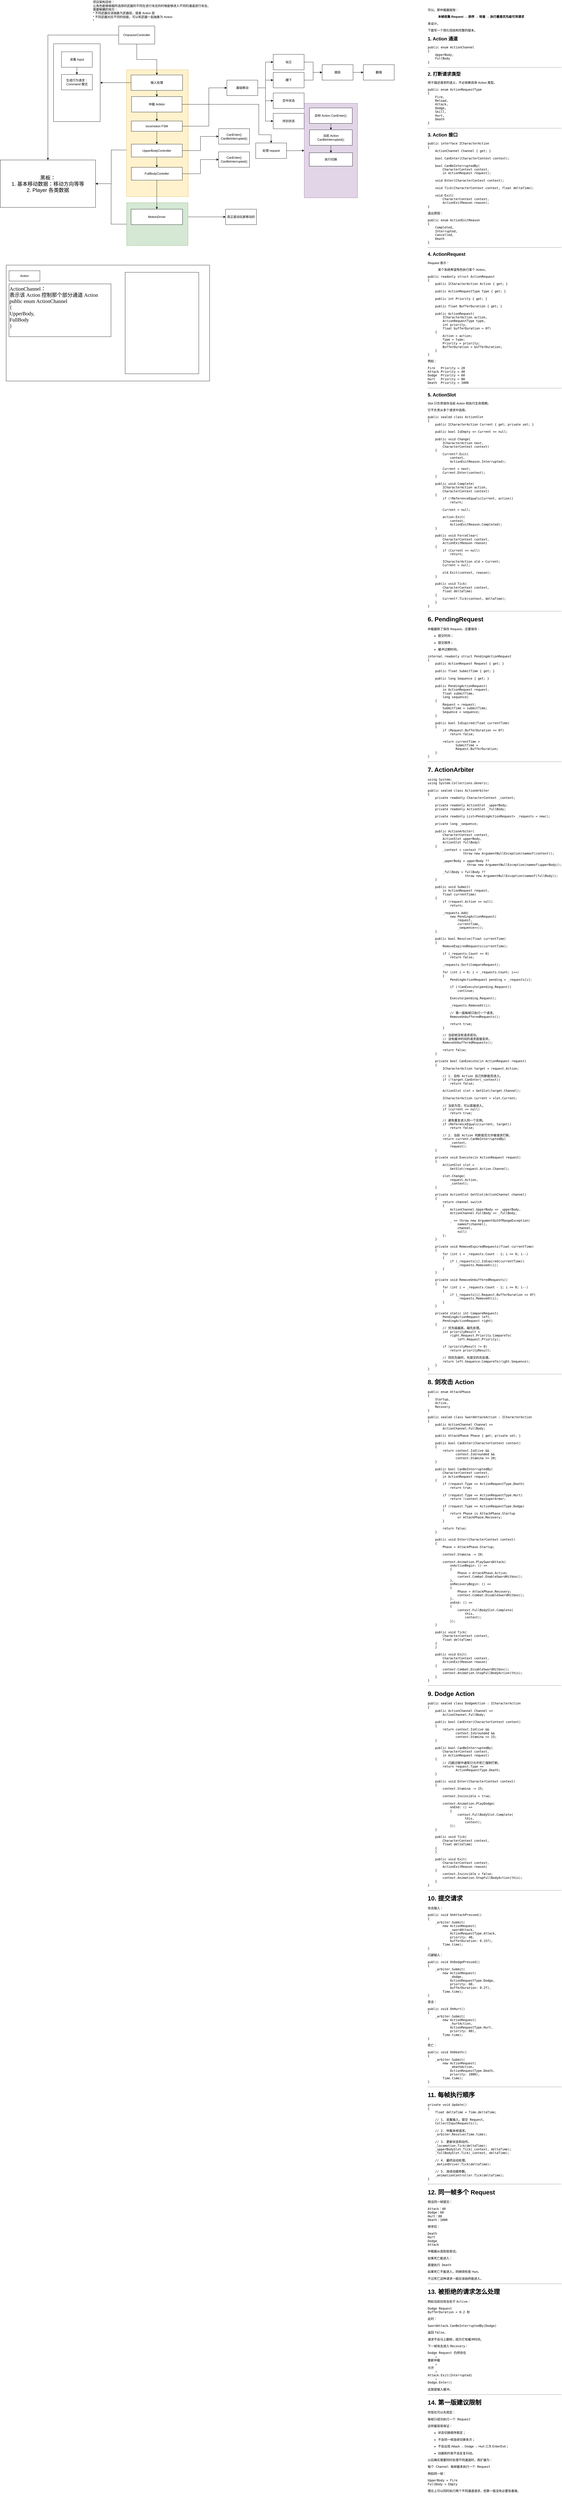
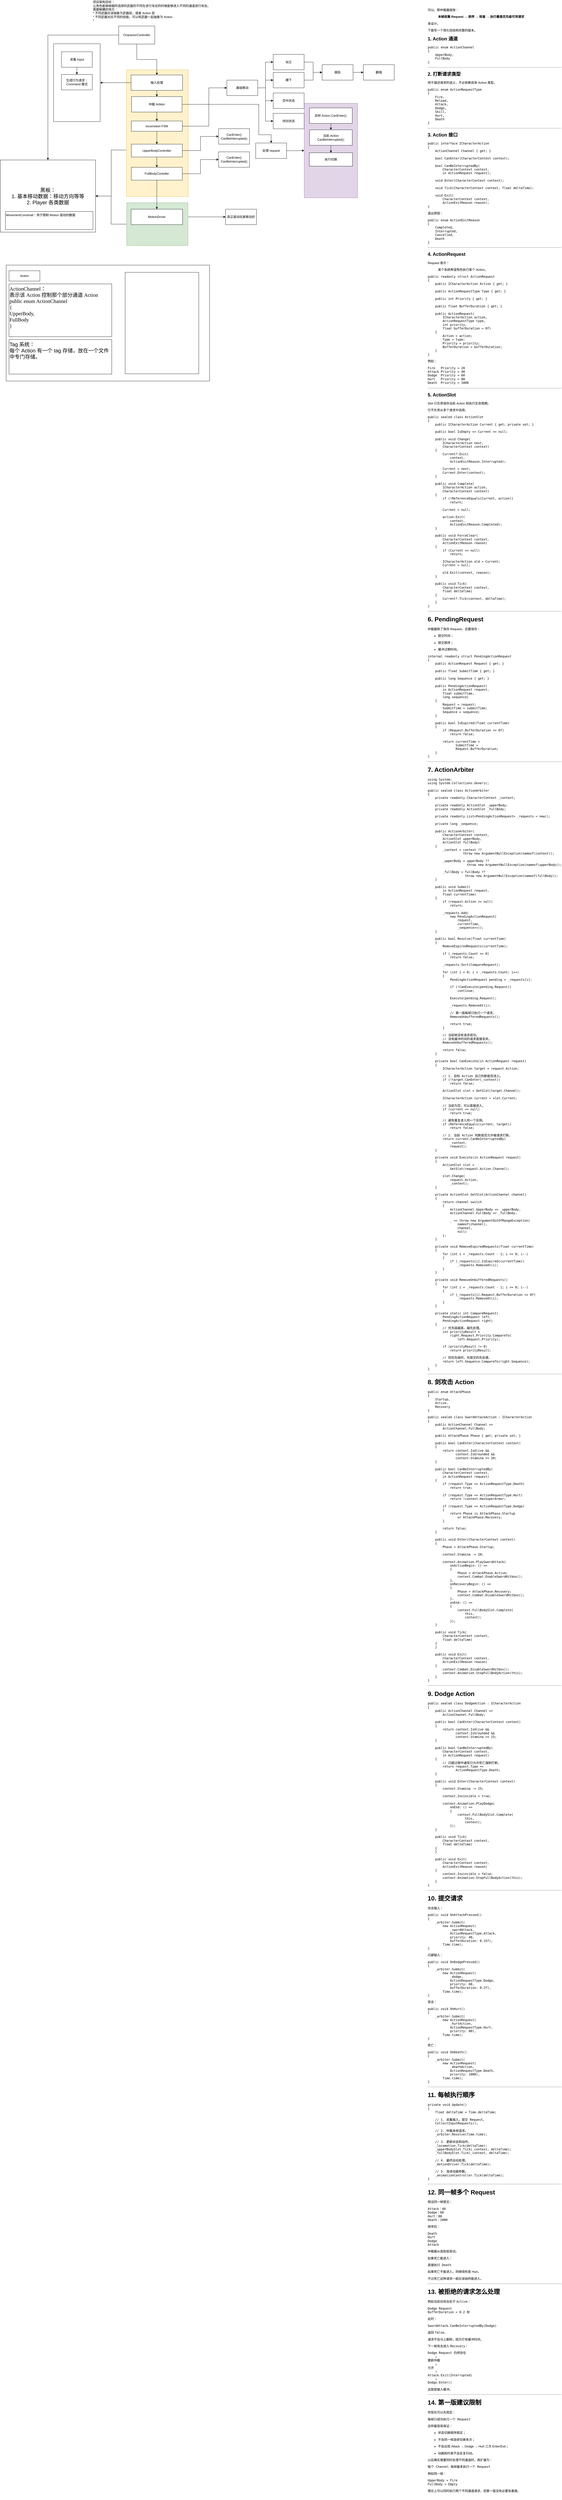
<mxfile host="app.diagrams.net" agent="Mozilla/5.0 (Windows NT 10.0; Win64; x64) AppleWebKit/537.36 (KHTML, like Gecko) Chrome/150.0.0.0 Safari/537.36 Edg/150.0.0.0">
  <diagram name="第 1 页" id="RneQ-lAXavWJF0wWTyo0">
-     <mxGraphModel dx="3182" dy="2113" grid="0" gridSize="10" guides="1" tooltips="1" connect="1" arrows="1" fold="1" page="1" pageScale="1" pageWidth="827" pageHeight="1142" math="0" shadow="0">
+     <mxGraphModel dx="3943" dy="1549" grid="1" gridSize="10" guides="1" tooltips="1" connect="1" arrows="1" fold="1" page="1" pageScale="1" pageWidth="827" pageHeight="1142" math="0" shadow="0">
      <root>
        <mxCell id="0" />
        <mxCell id="1" parent="0" />
        <mxCell id="P79LNxg_lGs8P4HROXfw-56" connectable="0" parent="1" style="group" value="" vertex="1">
          <mxGeometry height="492" width="240" x="160" y="280" as="geometry" />
        </mxCell>
        <mxCell id="P79LNxg_lGs8P4HROXfw-93" connectable="0" parent="P79LNxg_lGs8P4HROXfw-56" style="group" value="" vertex="1">
          <mxGeometry height="492" width="240" as="geometry" />
        </mxCell>
        <mxCell id="P79LNxg_lGs8P4HROXfw-47" parent="P79LNxg_lGs8P4HROXfw-93" style="whiteSpace=wrap;html=1;fillColor=#fff2cc;strokeColor=#d6b656;" value="" vertex="1">
          <mxGeometry height="492" width="240" as="geometry" />
        </mxCell>
        <mxCell id="P79LNxg_lGs8P4HROXfw-1" parent="P79LNxg_lGs8P4HROXfw-93" style="whiteSpace=wrap;html=1;rounded=0;" value="locomotion FSM" vertex="1">
          <mxGeometry height="39.923809523809524" width="198" x="19" y="198.73333333333335" as="geometry" />
        </mxCell>
        <mxCell id="P79LNxg_lGs8P4HROXfw-33" parent="P79LNxg_lGs8P4HROXfw-93" style="whiteSpace=wrap;html=1;rounded=0;" value="UpperBodyController" vertex="1">
          <mxGeometry height="49.904761904761905" width="198" x="19" y="288.56190476190477" as="geometry" />
        </mxCell>
        <mxCell id="P79LNxg_lGs8P4HROXfw-36" parent="P79LNxg_lGs8P4HROXfw-93" style="whiteSpace=wrap;html=1;rounded=0;" value="FullBodyContoller" vertex="1">
          <mxGeometry height="49.904761904761905" width="198" x="19" y="378.3904761904762" as="geometry" />
        </mxCell>
        <mxCell id="P79LNxg_lGs8P4HROXfw-45" parent="P79LNxg_lGs8P4HROXfw-93" style="whiteSpace=wrap;html=1;" value="输入处理" vertex="1">
          <mxGeometry height="59.885714285714286" width="200" x="18" y="19.961904761904748" as="geometry" />
        </mxCell>
        <mxCell id="P79LNxg_lGs8P4HROXfw-90" parent="P79LNxg_lGs8P4HROXfw-93" style="whiteSpace=wrap;html=1;strokeColor=default;align=center;verticalAlign=middle;fontFamily=Helvetica;fontSize=12;fontColor=default;fillColor=default;" value="仲裁 Arbitor" vertex="1">
          <mxGeometry height="60" width="196" x="20" y="104" as="geometry" />
        </mxCell>
        <mxCell id="P79LNxg_lGs8P4HROXfw-34" edge="1" parent="P79LNxg_lGs8P4HROXfw-93" source="P79LNxg_lGs8P4HROXfw-1" style="edgeStyle=orthogonalEdgeStyle;rounded=0;orthogonalLoop=1;jettySize=auto;html=1;" target="P79LNxg_lGs8P4HROXfw-33" value="">
          <mxGeometry relative="1" as="geometry" />
        </mxCell>
        <mxCell id="P79LNxg_lGs8P4HROXfw-38" edge="1" parent="P79LNxg_lGs8P4HROXfw-93" source="P79LNxg_lGs8P4HROXfw-33" style="edgeStyle=orthogonalEdgeStyle;rounded=0;orthogonalLoop=1;jettySize=auto;html=1;" target="P79LNxg_lGs8P4HROXfw-36" value="">
          <mxGeometry relative="1" as="geometry" />
        </mxCell>
        <mxCell id="P79LNxg_lGs8P4HROXfw-91" edge="1" parent="P79LNxg_lGs8P4HROXfw-93" source="P79LNxg_lGs8P4HROXfw-45" style="edgeStyle=orthogonalEdgeStyle;rounded=0;orthogonalLoop=1;jettySize=auto;html=1;" target="P79LNxg_lGs8P4HROXfw-90" value="">
          <mxGeometry relative="1" as="geometry">
            <mxPoint x="278" y="360" as="sourcePoint" />
            <mxPoint x="279" y="420" as="targetPoint" />
          </mxGeometry>
        </mxCell>
        <mxCell id="P79LNxg_lGs8P4HROXfw-2" edge="1" parent="P79LNxg_lGs8P4HROXfw-93" source="P79LNxg_lGs8P4HROXfw-90" style="edgeStyle=orthogonalEdgeStyle;rounded=0;orthogonalLoop=1;jettySize=auto;html=1;" target="P79LNxg_lGs8P4HROXfw-1" value="">
          <mxGeometry relative="1" as="geometry" />
        </mxCell>
        <mxCell id="P79LNxg_lGs8P4HROXfw-87" edge="1" parent="1" source="tWkimQcVhNyBGdeILhYm-1" style="edgeStyle=orthogonalEdgeStyle;rounded=0;orthogonalLoop=1;jettySize=auto;html=1;fontFamily=Helvetica;fontSize=12;fontColor=default;" target="P79LNxg_lGs8P4HROXfw-83">
          <mxGeometry relative="1" as="geometry" />
        </mxCell>
        <mxCell id="tWkimQcVhNyBGdeILhYm-1" parent="1" style="rounded=0;whiteSpace=wrap;html=1;" value="CharactorController" vertex="1">
          <mxGeometry height="70" width="140" x="130" y="110" as="geometry" />
        </mxCell>
        <mxCell id="P79LNxg_lGs8P4HROXfw-5" edge="1" parent="1" source="P79LNxg_lGs8P4HROXfw-1" style="edgeStyle=orthogonalEdgeStyle;rounded=0;orthogonalLoop=1;jettySize=auto;html=1;entryX=0;entryY=0.5;entryDx=0;entryDy=0;exitX=1;exitY=0.5;exitDx=0;exitDy=0;" target="P79LNxg_lGs8P4HROXfw-4" value="">
          <mxGeometry relative="1" as="geometry">
            <Array as="points">
              <mxPoint x="480" y="499" />
              <mxPoint x="480" y="350" />
            </Array>
          </mxGeometry>
        </mxCell>
        <mxCell id="P79LNxg_lGs8P4HROXfw-3" parent="1" style="text;html=1;whiteSpace=wrap;strokeColor=none;fillColor=none;align=left;verticalAlign=middle;rounded=0;" value="项目架构目标：&lt;div&gt;让角色能够根据所选择的武器的不同在进行攻击的时候能够进入不同的通道进行攻击。&lt;br&gt;需要解耦的地方：&lt;br&gt;* 不同武器应该抽象为武器层，或者 Action 层&lt;/div&gt;&lt;div&gt;* 不同武器对应不同的技能，可以和武器一起抽象为 Action&lt;/div&gt;&lt;div&gt;*&amp;nbsp;&lt;br&gt;&lt;br&gt;&lt;/div&gt;" vertex="1">
          <mxGeometry height="100" width="772" x="28" y="10" as="geometry" />
        </mxCell>
        <mxCell id="P79LNxg_lGs8P4HROXfw-11" edge="1" parent="1" source="P79LNxg_lGs8P4HROXfw-4" style="edgeStyle=orthogonalEdgeStyle;rounded=0;orthogonalLoop=1;jettySize=auto;html=1;" target="P79LNxg_lGs8P4HROXfw-10" value="">
          <mxGeometry relative="1" as="geometry">
            <Array as="points">
              <mxPoint x="700" y="350" />
              <mxPoint x="700" y="250" />
            </Array>
          </mxGeometry>
        </mxCell>
        <mxCell id="P79LNxg_lGs8P4HROXfw-13" edge="1" parent="1" source="P79LNxg_lGs8P4HROXfw-4" style="edgeStyle=orthogonalEdgeStyle;rounded=0;orthogonalLoop=1;jettySize=auto;html=1;entryX=0;entryY=0.5;entryDx=0;entryDy=0;" target="P79LNxg_lGs8P4HROXfw-12">
          <mxGeometry relative="1" as="geometry" />
        </mxCell>
        <mxCell id="P79LNxg_lGs8P4HROXfw-15" edge="1" parent="1" source="P79LNxg_lGs8P4HROXfw-4" style="edgeStyle=orthogonalEdgeStyle;rounded=0;orthogonalLoop=1;jettySize=auto;html=1;entryX=0;entryY=0.5;entryDx=0;entryDy=0;" target="P79LNxg_lGs8P4HROXfw-8">
          <mxGeometry relative="1" as="geometry" />
        </mxCell>
        <mxCell id="P79LNxg_lGs8P4HROXfw-82" edge="1" parent="1" source="P79LNxg_lGs8P4HROXfw-4" style="edgeStyle=orthogonalEdgeStyle;rounded=0;orthogonalLoop=1;jettySize=auto;html=1;entryX=0;entryY=0.5;entryDx=0;entryDy=0;fontFamily=Helvetica;fontSize=12;fontColor=default;" target="P79LNxg_lGs8P4HROXfw-81">
          <mxGeometry relative="1" as="geometry" />
        </mxCell>
        <mxCell id="P79LNxg_lGs8P4HROXfw-4" parent="1" style="whiteSpace=wrap;html=1;rounded=0;" value="基础移动" vertex="1">
          <mxGeometry height="60" width="120" x="550" y="320" as="geometry" />
        </mxCell>
        <mxCell id="P79LNxg_lGs8P4HROXfw-6" parent="1" style="whiteSpace=wrap;html=1;rounded=0;" value="翻墙" vertex="1">
          <mxGeometry height="60" width="120" x="1080" y="260" as="geometry" />
        </mxCell>
        <mxCell id="P79LNxg_lGs8P4HROXfw-8" parent="1" style="whiteSpace=wrap;html=1;rounded=0;" value="空中状态" vertex="1">
          <mxGeometry height="60" width="120" x="730" y="370" as="geometry" />
        </mxCell>
        <mxCell id="P79LNxg_lGs8P4HROXfw-19" edge="1" parent="1" source="P79LNxg_lGs8P4HROXfw-10" style="edgeStyle=orthogonalEdgeStyle;rounded=0;orthogonalLoop=1;jettySize=auto;html=1;entryX=0;entryY=0.5;entryDx=0;entryDy=0;" target="P79LNxg_lGs8P4HROXfw-17">
          <mxGeometry relative="1" as="geometry" />
        </mxCell>
        <mxCell id="P79LNxg_lGs8P4HROXfw-10" parent="1" style="whiteSpace=wrap;html=1;rounded=0;" value="站立" vertex="1">
          <mxGeometry height="60" width="120" x="730" y="220" as="geometry" />
        </mxCell>
        <mxCell id="P79LNxg_lGs8P4HROXfw-18" edge="1" parent="1" source="P79LNxg_lGs8P4HROXfw-12" style="edgeStyle=orthogonalEdgeStyle;rounded=0;orthogonalLoop=1;jettySize=auto;html=1;" target="P79LNxg_lGs8P4HROXfw-17" value="">
          <mxGeometry relative="1" as="geometry" />
        </mxCell>
        <mxCell id="P79LNxg_lGs8P4HROXfw-12" parent="1" style="whiteSpace=wrap;html=1;rounded=0;" value="蹲下" vertex="1">
          <mxGeometry height="60" width="120" x="730" y="290" as="geometry" />
        </mxCell>
        <mxCell id="P79LNxg_lGs8P4HROXfw-20" edge="1" parent="1" source="P79LNxg_lGs8P4HROXfw-17" style="edgeStyle=orthogonalEdgeStyle;rounded=0;orthogonalLoop=1;jettySize=auto;html=1;" target="P79LNxg_lGs8P4HROXfw-6" value="">
          <mxGeometry relative="1" as="geometry" />
        </mxCell>
        <mxCell id="P79LNxg_lGs8P4HROXfw-17" parent="1" style="whiteSpace=wrap;html=1;rounded=0;" value="跳跃" vertex="1">
          <mxGeometry height="60" width="120" x="920" y="260" as="geometry" />
        </mxCell>
        <mxCell id="P79LNxg_lGs8P4HROXfw-32" connectable="0" parent="1" style="group" value="" vertex="1">
          <mxGeometry height="450" width="790" x="-307" y="1038" as="geometry" />
        </mxCell>
        <mxCell id="P79LNxg_lGs8P4HROXfw-101" edge="1" parent="P79LNxg_lGs8P4HROXfw-32" style="edgeStyle=orthogonalEdgeStyle;rounded=0;orthogonalLoop=1;jettySize=auto;html=1;fontFamily=Helvetica;fontSize=12;fontColor=default;" target="P79LNxg_lGs8P4HROXfw-28" value="">
          <mxGeometry relative="1" as="geometry">
            <mxPoint x="299.99999999999955" y="210" as="sourcePoint" />
          </mxGeometry>
        </mxCell>
        <mxCell id="P79LNxg_lGs8P4HROXfw-102" connectable="0" parent="P79LNxg_lGs8P4HROXfw-32" style="group" value="" vertex="1">
          <mxGeometry height="450" width="790" as="geometry" />
        </mxCell>
        <mxCell id="P79LNxg_lGs8P4HROXfw-21" parent="P79LNxg_lGs8P4HROXfw-102" style="whiteSpace=wrap;html=1;" value="" vertex="1">
          <mxGeometry height="450" width="790" as="geometry" />
        </mxCell>
        <mxCell id="P79LNxg_lGs8P4HROXfw-22" parent="P79LNxg_lGs8P4HROXfw-102" style="rounded=0;whiteSpace=wrap;html=1;" value="Action" vertex="1">
          <mxGeometry height="40" width="120" x="11" y="22" as="geometry" />
        </mxCell>
        <mxCell id="P79LNxg_lGs8P4HROXfw-103" parent="P79LNxg_lGs8P4HROXfw-102" style="whiteSpace=wrap;html=1;strokeColor=default;align=center;verticalAlign=middle;fontFamily=Helvetica;fontSize=12;fontColor=default;fillColor=default;" value="" vertex="1">
          <mxGeometry height="394" width="286" x="462" y="28" as="geometry" />
        </mxCell>
        <mxCell id="P79LNxg_lGs8P4HROXfw-104" parent="P79LNxg_lGs8P4HROXfw-102" style="whiteSpace=wrap;html=1;strokeColor=default;align=left;verticalAlign=top;fontFamily=Verdana;fontSize=20;fontColor=default;fillColor=default;" value="ActionChannel：&lt;br&gt;&lt;div&gt;表示该 Action 控制那个部分通道 Action&lt;/div&gt;&lt;div&gt;public enum ActionChannel&lt;/div&gt;&lt;div&gt;{&lt;/div&gt;&lt;div&gt;UpperBody,&lt;/div&gt;&lt;div&gt;FullBody&lt;/div&gt;&lt;div&gt;}&lt;/div&gt;&lt;div&gt;&lt;br&gt;&lt;/div&gt;" vertex="1">
-           <mxGeometry height="205" width="396" x="11" y="73" as="geometry" />
+           <mxGeometry height="205" width="399" x="11" y="73" as="geometry" />
+         </mxCell>
+         <mxCell id="P79LNxg_lGs8P4HROXfw-106" parent="P79LNxg_lGs8P4HROXfw-102" style="whiteSpace=wrap;html=1;strokeColor=default;align=left;verticalAlign=top;fontFamily=Helvetica;fontSize=12;fontColor=default;fillColor=default;" value="&lt;font style=&quot;font-size: 20px;&quot;&gt;Tag 系统：&lt;/font&gt;&lt;div&gt;&lt;font style=&quot;font-size: 20px;&quot;&gt;每个 Action 有一个 tag 存储，放在一个文件中专门存储。&lt;/font&gt;&lt;/div&gt;" vertex="1">
+           <mxGeometry height="134" width="399" x="11" y="289" as="geometry" />
        </mxCell>
        <mxCell id="P79LNxg_lGs8P4HROXfw-40" edge="1" parent="1" source="P79LNxg_lGs8P4HROXfw-33" style="edgeStyle=orthogonalEdgeStyle;rounded=0;orthogonalLoop=1;jettySize=auto;html=1;" target="P79LNxg_lGs8P4HROXfw-39" value="">
          <mxGeometry relative="1" as="geometry" />
        </mxCell>
        <mxCell id="P79LNxg_lGs8P4HROXfw-42" edge="1" parent="1" source="P79LNxg_lGs8P4HROXfw-36" style="edgeStyle=orthogonalEdgeStyle;rounded=0;orthogonalLoop=1;jettySize=auto;html=1;" target="P79LNxg_lGs8P4HROXfw-41" value="">
          <mxGeometry relative="1" as="geometry" />
        </mxCell>
        <mxCell id="P79LNxg_lGs8P4HROXfw-39" parent="1" style="whiteSpace=wrap;html=1;rounded=0;" value="CanEnter()&lt;div&gt;CanBeInterrupted()&lt;/div&gt;" vertex="1">
          <mxGeometry height="60" width="120" x="518" y="508.56" as="geometry" />
        </mxCell>
        <mxCell id="P79LNxg_lGs8P4HROXfw-41" parent="1" style="whiteSpace=wrap;html=1;rounded=0;" value="CanEnter()&lt;div&gt;CanBeInterrupted()&lt;/div&gt;" vertex="1">
          <mxGeometry height="60" width="120" x="518" y="598.39" as="geometry" />
        </mxCell>
        <mxCell id="P79LNxg_lGs8P4HROXfw-46" edge="1" parent="1" source="tWkimQcVhNyBGdeILhYm-1" style="edgeStyle=orthogonalEdgeStyle;rounded=0;orthogonalLoop=1;jettySize=auto;html=1;" target="P79LNxg_lGs8P4HROXfw-45" value="">
          <mxGeometry relative="1" as="geometry">
            <mxPoint x="200" y="180" as="sourcePoint" />
            <mxPoint x="329" y="420" as="targetPoint" />
          </mxGeometry>
        </mxCell>
        <mxCell id="P79LNxg_lGs8P4HROXfw-52" parent="1" style="whiteSpace=wrap;html=1;rounded=0;" value="真正驱动玩家移动的" vertex="1">
          <mxGeometry height="60" width="120" x="545" y="821" as="geometry" />
        </mxCell>
        <mxCell id="P79LNxg_lGs8P4HROXfw-53" edge="1" parent="1" source="P79LNxg_lGs8P4HROXfw-49" style="edgeStyle=orthogonalEdgeStyle;rounded=0;orthogonalLoop=1;jettySize=auto;html=1;fontFamily=Helvetica;fontSize=12;fontColor=default;" target="P79LNxg_lGs8P4HROXfw-52" value="">
          <mxGeometry relative="1" as="geometry" />
        </mxCell>
        <mxCell id="P79LNxg_lGs8P4HROXfw-66" connectable="0" parent="1" style="group" value="" vertex="1">
          <mxGeometry height="166" width="238" x="161" y="796" as="geometry" />
        </mxCell>
        <mxCell id="P79LNxg_lGs8P4HROXfw-54" parent="P79LNxg_lGs8P4HROXfw-66" style="whiteSpace=wrap;html=1;strokeColor=#82b366;align=center;verticalAlign=middle;fontFamily=Helvetica;fontSize=12;fillColor=#d5e8d4;" value="" vertex="1">
          <mxGeometry height="166" width="238" as="geometry" />
        </mxCell>
        <mxCell id="P79LNxg_lGs8P4HROXfw-49" parent="P79LNxg_lGs8P4HROXfw-66" style="whiteSpace=wrap;html=1;rounded=0;" value="MotionDriver" vertex="1">
          <mxGeometry height="59.885714285714286" width="200" x="17" y="25.004285714285743" as="geometry" />
        </mxCell>
        <mxCell id="P79LNxg_lGs8P4HROXfw-70" edge="1" parent="1" source="P79LNxg_lGs8P4HROXfw-67" style="edgeStyle=orthogonalEdgeStyle;rounded=0;orthogonalLoop=1;jettySize=auto;html=1;fontFamily=Helvetica;fontSize=12;fontColor=default;" target="P79LNxg_lGs8P4HROXfw-69" value="">
          <mxGeometry relative="1" as="geometry" />
        </mxCell>
        <mxCell id="P79LNxg_lGs8P4HROXfw-67" parent="1" style="whiteSpace=wrap;html=1;rounded=0;" value="处理 request" vertex="1">
          <mxGeometry height="60" width="120" x="662" y="564" as="geometry" />
        </mxCell>
        <mxCell id="P79LNxg_lGs8P4HROXfw-68" edge="1" parent="1" source="P79LNxg_lGs8P4HROXfw-90" style="edgeStyle=orthogonalEdgeStyle;rounded=0;orthogonalLoop=1;jettySize=auto;html=1;fontFamily=Helvetica;fontSize=12;fontColor=default;exitX=1;exitY=0.5;exitDx=0;exitDy=0;entryX=0.5;entryY=0;entryDx=0;entryDy=0;" target="P79LNxg_lGs8P4HROXfw-67" value="">
          <mxGeometry relative="1" as="geometry">
            <Array as="points">
              <mxPoint x="674" y="414" />
              <mxPoint x="674" y="532" />
              <mxPoint x="722" y="532" />
            </Array>
            <mxPoint x="378" y="718" as="sourcePoint" />
          </mxGeometry>
        </mxCell>
        <mxCell id="P79LNxg_lGs8P4HROXfw-81" parent="1" style="whiteSpace=wrap;html=1;rounded=0;" value="持剑状态" vertex="1">
          <mxGeometry height="60" width="120" x="730" y="449" as="geometry" />
-         </mxCell>
-         <mxCell id="P79LNxg_lGs8P4HROXfw-83" parent="1" style="whiteSpace=wrap;html=1;rounded=0;" value="&lt;font style=&quot;font-size: 20px;&quot;&gt;黑板：&lt;br&gt;1. 基本移动数据：移动方向等等&lt;/font&gt;&lt;div&gt;&lt;font style=&quot;font-size: 20px;&quot;&gt;2. Player 各类数据&lt;/font&gt;&lt;/div&gt;" vertex="1">
-           <mxGeometry height="184.01" width="370" x="-330" y="630" as="geometry" />
        </mxCell>
        <mxCell id="P79LNxg_lGs8P4HROXfw-84" edge="1" parent="1" source="P79LNxg_lGs8P4HROXfw-47" style="edgeStyle=orthogonalEdgeStyle;rounded=0;orthogonalLoop=1;jettySize=auto;html=1;fontFamily=Helvetica;fontSize=12;fontColor=default;entryX=1;entryY=0.5;entryDx=0;entryDy=0;exitX=0;exitY=0.633;exitDx=0;exitDy=0;exitPerimeter=0;" target="P79LNxg_lGs8P4HROXfw-83" value="">
          <mxGeometry relative="1" as="geometry">
            <Array as="points">
              <mxPoint x="147" y="591" />
              <mxPoint x="101" y="591" />
              <mxPoint x="101" y="722" />
            </Array>
            <mxPoint x="185" y="534.4999999999998" as="sourcePoint" />
            <mxPoint x="61" y="705" as="targetPoint" />
          </mxGeometry>
        </mxCell>
        <mxCell id="P79LNxg_lGs8P4HROXfw-85" edge="1" parent="1" source="P79LNxg_lGs8P4HROXfw-54" style="edgeStyle=orthogonalEdgeStyle;rounded=0;orthogonalLoop=1;jettySize=auto;html=1;entryX=1;entryY=0.5;entryDx=0;entryDy=0;fontFamily=Helvetica;fontSize=12;fontColor=default;" target="P79LNxg_lGs8P4HROXfw-83">
          <mxGeometry relative="1" as="geometry" />
        </mxCell>
        <mxCell id="P79LNxg_lGs8P4HROXfw-95" edge="1" parent="1" source="P79LNxg_lGs8P4HROXfw-45" style="edgeStyle=orthogonalEdgeStyle;rounded=0;orthogonalLoop=1;jettySize=auto;html=1;fontFamily=Helvetica;fontSize=12;fontColor=default;exitX=0;exitY=0.5;exitDx=0;exitDy=0;" target="P79LNxg_lGs8P4HROXfw-94" value="">
          <mxGeometry relative="1" as="geometry" />
        </mxCell>
        <mxCell id="P79LNxg_lGs8P4HROXfw-62" edge="1" parent="1" source="P79LNxg_lGs8P4HROXfw-36" style="edgeStyle=orthogonalEdgeStyle;rounded=0;orthogonalLoop=1;jettySize=auto;html=1;fontFamily=Helvetica;fontSize=12;fontColor=default;entryX=0.5;entryY=0;entryDx=0;entryDy=0;" target="P79LNxg_lGs8P4HROXfw-49" value="">
          <mxGeometry relative="1" as="geometry">
            <mxPoint x="278" y="748" as="targetPoint" />
          </mxGeometry>
        </mxCell>
        <mxCell id="P79LNxg_lGs8P4HROXfw-97" connectable="0" parent="1" style="group" value="" vertex="1">
          <mxGeometry height="302" width="242.5" x="-123" y="179" as="geometry" />
        </mxCell>
        <mxCell id="P79LNxg_lGs8P4HROXfw-94" parent="P79LNxg_lGs8P4HROXfw-97" style="whiteSpace=wrap;html=1;" value="" vertex="1">
          <mxGeometry height="302" width="181" as="geometry" />
        </mxCell>
        <mxCell id="P79LNxg_lGs8P4HROXfw-96" parent="P79LNxg_lGs8P4HROXfw-97" style="whiteSpace=wrap;html=1;strokeColor=default;align=center;verticalAlign=middle;fontFamily=Helvetica;fontSize=12;fontColor=default;fillColor=default;" value="采集 Input" vertex="1">
          <mxGeometry height="60" width="120" x="30.5" y="31" as="geometry" />
        </mxCell>
        <mxCell id="P79LNxg_lGs8P4HROXfw-98" parent="P79LNxg_lGs8P4HROXfw-97" style="whiteSpace=wrap;html=1;strokeColor=default;align=center;verticalAlign=middle;fontFamily=Helvetica;fontSize=12;fontColor=default;fillColor=default;" value="生成行为请求：&lt;div&gt;Command 模式&lt;/div&gt;" vertex="1">
          <mxGeometry height="60" width="120" x="30.5" y="119" as="geometry" />
        </mxCell>
        <mxCell id="P79LNxg_lGs8P4HROXfw-99" edge="1" parent="P79LNxg_lGs8P4HROXfw-97" source="P79LNxg_lGs8P4HROXfw-96" style="edgeStyle=orthogonalEdgeStyle;rounded=0;orthogonalLoop=1;jettySize=auto;html=1;fontFamily=Helvetica;fontSize=12;fontColor=default;" target="P79LNxg_lGs8P4HROXfw-98" value="">
          <mxGeometry relative="1" as="geometry" />
        </mxCell>
        <mxCell id="P79LNxg_lGs8P4HROXfw-100" connectable="0" parent="1" style="group" value="" vertex="1">
          <mxGeometry height="366.78" width="207" x="850.5" y="410" as="geometry" />
        </mxCell>
        <mxCell id="P79LNxg_lGs8P4HROXfw-69" parent="P79LNxg_lGs8P4HROXfw-100" style="whiteSpace=wrap;html=1;rounded=0;fillColor=#e1d5e7;strokeColor=#9673a6;" value="" vertex="1">
          <mxGeometry height="366.78" width="207" as="geometry" />
        </mxCell>
        <mxCell id="P79LNxg_lGs8P4HROXfw-72" parent="P79LNxg_lGs8P4HROXfw-100" style="whiteSpace=wrap;html=1;strokeColor=default;align=center;verticalAlign=middle;fontFamily=Helvetica;fontSize=12;fontColor=default;fillColor=default;" value="目标 Action CanEnter();" vertex="1">
          <mxGeometry height="60" width="166" x="20.5" y="18" as="geometry" />
        </mxCell>
        <mxCell id="P79LNxg_lGs8P4HROXfw-75" parent="P79LNxg_lGs8P4HROXfw-100" style="whiteSpace=wrap;html=1;strokeColor=default;align=center;verticalAlign=middle;fontFamily=Helvetica;fontSize=12;fontColor=default;fillColor=default;" value="当前 Action CanBeInterrupted();" vertex="1">
          <mxGeometry height="60" width="166" x="20.5" y="103" as="geometry" />
        </mxCell>
        <mxCell id="P79LNxg_lGs8P4HROXfw-79" parent="P79LNxg_lGs8P4HROXfw-100" style="whiteSpace=wrap;html=1;" value="执行切换" vertex="1">
          <mxGeometry height="52" width="168" x="19.5" y="192" as="geometry" />
        </mxCell>
        <mxCell id="P79LNxg_lGs8P4HROXfw-78" edge="1" parent="P79LNxg_lGs8P4HROXfw-100" source="P79LNxg_lGs8P4HROXfw-72" style="edgeStyle=orthogonalEdgeStyle;rounded=0;orthogonalLoop=1;jettySize=auto;html=1;fontFamily=Helvetica;fontSize=12;fontColor=default;" target="P79LNxg_lGs8P4HROXfw-75" value="">
          <mxGeometry relative="1" as="geometry" />
        </mxCell>
        <mxCell id="P79LNxg_lGs8P4HROXfw-80" edge="1" parent="P79LNxg_lGs8P4HROXfw-100" source="P79LNxg_lGs8P4HROXfw-75" style="edgeStyle=orthogonalEdgeStyle;rounded=0;orthogonalLoop=1;jettySize=auto;html=1;fontFamily=Helvetica;fontSize=12;fontColor=default;" target="P79LNxg_lGs8P4HROXfw-79" value="">
          <mxGeometry relative="1" as="geometry" />
        </mxCell>
        <UserObject label="&lt;p&gt;可以。那仲裁器就按：&lt;/p&gt;&lt;blockquote&gt;&lt;p&gt;&lt;strong&gt;本帧收集 Request → 排序 → 检查 → 执行最高优先级可用请求&lt;/strong&gt;&lt;/p&gt;&lt;/blockquote&gt;&lt;p&gt;来设计。&lt;/p&gt;&lt;p&gt;下面写一个简化但结构完整的版本。&lt;/p&gt;&lt;h2&gt;1. Action 通道&lt;/h2&gt;&lt;pre&gt;&lt;code class=&quot;language-csharp&quot;&gt;public enum ActionChannel&#xa;{&#xa;    UpperBody,&#xa;    FullBody&#xa;}&#xa;&lt;/code&gt;&lt;/pre&gt;&lt;hr&gt;&lt;h2&gt;2. 打断请求类型&lt;/h2&gt;&lt;p&gt;用于描述请求的语义，不必依赖具体 Action 类型。&lt;/p&gt;&lt;pre&gt;&lt;code class=&quot;language-csharp&quot;&gt;public enum ActionRequestType&#xa;{&#xa;    Fire,&#xa;    Reload,&#xa;    Attack,&#xa;    Dodge,&#xa;    Skill,&#xa;    Hurt,&#xa;    Death&#xa;}&#xa;&lt;/code&gt;&lt;/pre&gt;&lt;hr&gt;&lt;h2&gt;3. Action 接口&lt;/h2&gt;&lt;pre&gt;&lt;code class=&quot;language-csharp&quot;&gt;public interface ICharacterAction&#xa;{&#xa;    ActionChannel Channel { get; }&#xa;&#xa;    bool CanEnter(CharacterContext context);&#xa;&#xa;    bool CanBeInterruptedBy(&#xa;        CharacterContext context,&#xa;        in ActionRequest request);&#xa;&#xa;    void Enter(CharacterContext context);&#xa;&#xa;    void Tick(CharacterContext context, float deltaTime);&#xa;&#xa;    void Exit(&#xa;        CharacterContext context,&#xa;        ActionExitReason reason);&#xa;}&#xa;&lt;/code&gt;&lt;/pre&gt;&lt;p&gt;退出原因：&lt;/p&gt;&lt;pre&gt;&lt;code class=&quot;language-csharp&quot;&gt;public enum ActionExitReason&#xa;{&#xa;    Completed,&#xa;    Interrupted,&#xa;    Cancelled,&#xa;    Death&#xa;}&#xa;&lt;/code&gt;&lt;/pre&gt;&lt;hr&gt;&lt;h2&gt;4. ActionRequest&lt;/h2&gt;&lt;p&gt;Request 表示：&lt;/p&gt;&lt;blockquote&gt;&lt;p&gt;某个系统希望角色执行某个 Action。&lt;/p&gt;&lt;/blockquote&gt;&lt;pre&gt;&lt;code class=&quot;language-csharp&quot;&gt;public readonly struct ActionRequest&#xa;{&#xa;    public ICharacterAction Action { get; }&#xa;&#xa;    public ActionRequestType Type { get; }&#xa;&#xa;    public int Priority { get; }&#xa;&#xa;    public float BufferDuration { get; }&#xa;&#xa;    public ActionRequest(&#xa;        ICharacterAction action,&#xa;        ActionRequestType type,&#xa;        int priority,&#xa;        float bufferDuration = 0f)&#xa;    {&#xa;        Action = action;&#xa;        Type = type;&#xa;        Priority = priority;&#xa;        BufferDuration = bufferDuration;&#xa;    }&#xa;}&#xa;&lt;/code&gt;&lt;/pre&gt;&lt;p&gt;例如：&lt;/p&gt;&lt;pre&gt;&lt;code class=&quot;language-text&quot;&gt;Fire   Priority = 20&#xa;Attack Priority = 40&#xa;Dodge  Priority = 60&#xa;Hurt   Priority = 80&#xa;Death  Priority = 1000&#xa;&lt;/code&gt;&lt;/pre&gt;&lt;hr&gt;&lt;h2&gt;5. ActionSlot&lt;/h2&gt;&lt;p&gt;Slot 只负责保存当前 Action 和执行生命周期。&lt;/p&gt;&lt;p&gt;它不负责从多个请求中选择。&lt;/p&gt;&lt;pre&gt;&lt;code class=&quot;language-csharp&quot;&gt;public sealed class ActionSlot&#xa;{&#xa;    public ICharacterAction Current { get; private set; }&#xa;&#xa;    public bool IsEmpty =&amp;gt; Current == null;&#xa;&#xa;    public void Change(&#xa;        ICharacterAction next,&#xa;        CharacterContext context)&#xa;    {&#xa;        Current?.Exit(&#xa;            context,&#xa;            ActionExitReason.Interrupted);&#xa;&#xa;        Current = next;&#xa;        Current.Enter(context);&#xa;    }&#xa;&#xa;    public void Complete(&#xa;        ICharacterAction action,&#xa;        CharacterContext context)&#xa;    {&#xa;        if (!ReferenceEquals(Current, action))&#xa;            return;&#xa;&#xa;        Current = null;&#xa;&#xa;        action.Exit(&#xa;            context,&#xa;            ActionExitReason.Completed);&#xa;    }&#xa;&#xa;    public void ForceClear(&#xa;        CharacterContext context,&#xa;        ActionExitReason reason)&#xa;    {&#xa;        if (Current == null)&#xa;            return;&#xa;&#xa;        ICharacterAction old = Current;&#xa;        Current = null;&#xa;&#xa;        old.Exit(context, reason);&#xa;    }&#xa;&#xa;    public void Tick(&#xa;        CharacterContext context,&#xa;        float deltaTime)&#xa;    {&#xa;        Current?.Tick(context, deltaTime);&#xa;    }&#xa;}&#xa;&lt;/code&gt;&lt;/pre&gt;&lt;hr&gt;&lt;h1&gt;6. PendingRequest&lt;/h1&gt;&lt;p&gt;仲裁器除了保存 Request，还要保存：&lt;/p&gt;&lt;ul&gt;&lt;li&gt;&lt;p&gt;提交时间；&lt;/p&gt;&lt;/li&gt;&lt;li&gt;&lt;p&gt;提交顺序；&lt;/p&gt;&lt;/li&gt;&lt;li&gt;&lt;p&gt;缓冲过期时间。&lt;/p&gt;&lt;/li&gt;&lt;/ul&gt;&lt;pre&gt;&lt;code class=&quot;language-csharp&quot;&gt;internal readonly struct PendingActionRequest&#xa;{&#xa;    public ActionRequest Request { get; }&#xa;&#xa;    public float SubmitTime { get; }&#xa;&#xa;    public long Sequence { get; }&#xa;&#xa;    public PendingActionRequest(&#xa;        in ActionRequest request,&#xa;        float submitTime,&#xa;        long sequence)&#xa;    {&#xa;        Request = request;&#xa;        SubmitTime = submitTime;&#xa;        Sequence = sequence;&#xa;    }&#xa;&#xa;    public bool IsExpired(float currentTime)&#xa;    {&#xa;        if (Request.BufferDuration &amp;lt;= 0f)&#xa;            return false;&#xa;&#xa;        return currentTime &amp;gt;&#xa;               SubmitTime +&#xa;               Request.BufferDuration;&#xa;    }&#xa;}&#xa;&lt;/code&gt;&lt;/pre&gt;&lt;hr&gt;&lt;h1&gt;7. ActionArbiter&lt;/h1&gt;&lt;pre&gt;&lt;code class=&quot;language-csharp&quot;&gt;using System;&#xa;using System.Collections.Generic;&#xa;&#xa;public sealed class ActionArbiter&#xa;{&#xa;    private readonly CharacterContext _context;&#xa;&#xa;    private readonly ActionSlot _upperBody;&#xa;    private readonly ActionSlot _fullBody;&#xa;&#xa;    private readonly List&amp;lt;PendingActionRequest&amp;gt; _requests = new();&#xa;&#xa;    private long _sequence;&#xa;&#xa;    public ActionArbiter(&#xa;        CharacterContext context,&#xa;        ActionSlot upperBody,&#xa;        ActionSlot fullBody)&#xa;    {&#xa;        _context = context ??&#xa;                   throw new ArgumentNullException(nameof(context));&#xa;&#xa;        _upperBody = upperBody ??&#xa;                     throw new ArgumentNullException(nameof(upperBody));&#xa;&#xa;        _fullBody = fullBody ??&#xa;                    throw new ArgumentNullException(nameof(fullBody));&#xa;    }&#xa;&#xa;    public void Submit(&#xa;        in ActionRequest request,&#xa;        float currentTime)&#xa;    {&#xa;        if (request.Action == null)&#xa;            return;&#xa;&#xa;        _requests.Add(&#xa;            new PendingActionRequest(&#xa;                request,&#xa;                currentTime,&#xa;                _sequence++));&#xa;    }&#xa;&#xa;    public bool Resolve(float currentTime)&#xa;    {&#xa;        RemoveExpiredRequests(currentTime);&#xa;&#xa;        if (_requests.Count == 0)&#xa;            return false;&#xa;&#xa;        _requests.Sort(CompareRequest);&#xa;&#xa;        for (int i = 0; i &amp;lt; _requests.Count; i++)&#xa;        {&#xa;            PendingActionRequest pending = _requests[i];&#xa;&#xa;            if (!CanExecute(pending.Request))&#xa;                continue;&#xa;&#xa;            Execute(pending.Request);&#xa;&#xa;            _requests.RemoveAt(i);&#xa;&#xa;            // 第一版每帧只执行一个请求。&#xa;            RemoveUnbufferedRequests();&#xa;&#xa;            return true;&#xa;        }&#xa;&#xa;        // 当前帧没有请求成功。&#xa;        // 没有缓冲时间的请求直接丢弃。&#xa;        RemoveUnbufferedRequests();&#xa;&#xa;        return false;&#xa;    }&#xa;&#xa;    private bool CanExecute(in ActionRequest request)&#xa;    {&#xa;        ICharacterAction target = request.Action;&#xa;&#xa;        // 1. 目标 Action 自己判断能否进入。&#xa;        if (!target.CanEnter(_context))&#xa;            return false;&#xa;&#xa;        ActionSlot slot = GetSlot(target.Channel);&#xa;&#xa;        ICharacterAction current = slot.Current;&#xa;&#xa;        // 当前为空，可以直接进入。&#xa;        if (current == null)&#xa;            return true;&#xa;&#xa;        // 避免重复进入同一个实例。&#xa;        if (ReferenceEquals(current, target))&#xa;            return false;&#xa;&#xa;        // 2. 当前 Action 判断是否允许被请求打断。&#xa;        return current.CanBeInterruptedBy(&#xa;            _context,&#xa;            request);&#xa;    }&#xa;&#xa;    private void Execute(in ActionRequest request)&#xa;    {&#xa;        ActionSlot slot =&#xa;            GetSlot(request.Action.Channel);&#xa;&#xa;        slot.Change(&#xa;            request.Action,&#xa;            _context);&#xa;    }&#xa;&#xa;    private ActionSlot GetSlot(ActionChannel channel)&#xa;    {&#xa;        return channel switch&#xa;        {&#xa;            ActionChannel.UpperBody =&amp;gt; _upperBody,&#xa;            ActionChannel.FullBody =&amp;gt; _fullBody,&#xa;&#xa;            _ =&amp;gt; throw new ArgumentOutOfRangeException(&#xa;                nameof(channel),&#xa;                channel,&#xa;                null)&#xa;        };&#xa;    }&#xa;&#xa;    private void RemoveExpiredRequests(float currentTime)&#xa;    {&#xa;        for (int i = _requests.Count - 1; i &amp;gt;= 0; i--)&#xa;        {&#xa;            if (_requests[i].IsExpired(currentTime))&#xa;                _requests.RemoveAt(i);&#xa;        }&#xa;    }&#xa;&#xa;    private void RemoveUnbufferedRequests()&#xa;    {&#xa;        for (int i = _requests.Count - 1; i &amp;gt;= 0; i--)&#xa;        {&#xa;            if (_requests[i].Request.BufferDuration &amp;lt;= 0f)&#xa;                _requests.RemoveAt(i);&#xa;        }&#xa;    }&#xa;&#xa;    private static int CompareRequest(&#xa;        PendingActionRequest left,&#xa;        PendingActionRequest right)&#xa;    {&#xa;        // 优先级越高，越先处理。&#xa;        int priorityResult =&#xa;            right.Request.Priority.CompareTo(&#xa;                left.Request.Priority);&#xa;&#xa;        if (priorityResult != 0)&#xa;            return priorityResult;&#xa;&#xa;        // 同优先级时，先提交的先处理。&#xa;        return left.Sequence.CompareTo(right.Sequence);&#xa;    }&#xa;}&#xa;&lt;/code&gt;&lt;/pre&gt;&lt;hr&gt;&lt;h1&gt;8. 剑攻击 Action&lt;/h1&gt;&lt;pre&gt;&lt;code class=&quot;language-csharp&quot;&gt;public enum AttackPhase&#xa;{&#xa;    Startup,&#xa;    Active,&#xa;    Recovery&#xa;}&#xa;&lt;/code&gt;&lt;/pre&gt;&lt;pre&gt;&lt;code class=&quot;language-csharp&quot;&gt;public sealed class SwordAttackAction : ICharacterAction&#xa;{&#xa;    public ActionChannel Channel =&amp;gt;&#xa;        ActionChannel.FullBody;&#xa;&#xa;    public AttackPhase Phase { get; private set; }&#xa;&#xa;    public bool CanEnter(CharacterContext context)&#xa;    {&#xa;        return context.IsAlive &amp;amp;&amp;amp;&#xa;               context.IsGrounded &amp;amp;&amp;amp;&#xa;               context.Stamina &amp;gt;= 20;&#xa;    }&#xa;&#xa;    public bool CanBeInterruptedBy(&#xa;        CharacterContext context,&#xa;        in ActionRequest request)&#xa;    {&#xa;        if (request.Type == ActionRequestType.Death)&#xa;            return true;&#xa;&#xa;        if (request.Type == ActionRequestType.Hurt)&#xa;            return !context.HasSuperArmor;&#xa;&#xa;        if (request.Type == ActionRequestType.Dodge)&#xa;        {&#xa;            return Phase is AttackPhase.Startup&#xa;                or AttackPhase.Recovery;&#xa;        }&#xa;&#xa;        return false;&#xa;    }&#xa;&#xa;    public void Enter(CharacterContext context)&#xa;    {&#xa;        Phase = AttackPhase.Startup;&#xa;&#xa;        context.Stamina -= 20;&#xa;&#xa;        context.Animation.PlaySwordAttack(&#xa;            onActiveBegin: () =&amp;gt;&#xa;            {&#xa;                Phase = AttackPhase.Active;&#xa;                context.Combat.EnableSwordHitbox();&#xa;            },&#xa;            onRecoveryBegin: () =&amp;gt;&#xa;            {&#xa;                Phase = AttackPhase.Recovery;&#xa;                context.Combat.DisableSwordHitbox();&#xa;            },&#xa;            onEnd: () =&amp;gt;&#xa;            {&#xa;                context.FullBodySlot.Complete(&#xa;                    this,&#xa;                    context);&#xa;            });&#xa;    }&#xa;&#xa;    public void Tick(&#xa;        CharacterContext context,&#xa;        float deltaTime)&#xa;    {&#xa;    }&#xa;&#xa;    public void Exit(&#xa;        CharacterContext context,&#xa;        ActionExitReason reason)&#xa;    {&#xa;        context.Combat.DisableSwordHitbox();&#xa;        context.Animation.StopFullBodyAction(this);&#xa;    }&#xa;}&#xa;&lt;/code&gt;&lt;/pre&gt;&lt;hr&gt;&lt;h1&gt;9. Dodge Action&lt;/h1&gt;&lt;pre&gt;&lt;code class=&quot;language-csharp&quot;&gt;public sealed class DodgeAction : ICharacterAction&#xa;{&#xa;    public ActionChannel Channel =&amp;gt;&#xa;        ActionChannel.FullBody;&#xa;&#xa;    public bool CanEnter(CharacterContext context)&#xa;    {&#xa;        return context.IsAlive &amp;amp;&amp;amp;&#xa;               context.IsGrounded &amp;amp;&amp;amp;&#xa;               context.Stamina &amp;gt;= 15;&#xa;    }&#xa;&#xa;    public bool CanBeInterruptedBy(&#xa;        CharacterContext context,&#xa;        in ActionRequest request)&#xa;    {&#xa;        // 闪避过程中通常只允许死亡强制打断。&#xa;        return request.Type ==&#xa;               ActionRequestType.Death;&#xa;    }&#xa;&#xa;    public void Enter(CharacterContext context)&#xa;    {&#xa;        context.Stamina -= 15;&#xa;&#xa;        context.Invincible = true;&#xa;&#xa;        context.Animation.PlayDodge(&#xa;            onEnd: () =&amp;gt;&#xa;            {&#xa;                context.FullBodySlot.Complete(&#xa;                    this,&#xa;                    context);&#xa;            });&#xa;    }&#xa;&#xa;    public void Tick(&#xa;        CharacterContext context,&#xa;        float deltaTime)&#xa;    {&#xa;    }&#xa;&#xa;    public void Exit(&#xa;        CharacterContext context,&#xa;        ActionExitReason reason)&#xa;    {&#xa;        context.Invincible = false;&#xa;        context.Animation.StopFullBodyAction(this);&#xa;    }&#xa;}&#xa;&lt;/code&gt;&lt;/pre&gt;&lt;hr&gt;&lt;h1&gt;10. 提交请求&lt;/h1&gt;&lt;p&gt;攻击输入：&lt;/p&gt;&lt;pre&gt;&lt;code class=&quot;language-csharp&quot;&gt;public void OnAttackPressed()&#xa;{&#xa;    _arbiter.Submit(&#xa;        new ActionRequest(&#xa;            _swordAttack,&#xa;            ActionRequestType.Attack,&#xa;            priority: 40,&#xa;            bufferDuration: 0.15f),&#xa;        Time.time);&#xa;}&#xa;&lt;/code&gt;&lt;/pre&gt;&lt;p&gt;闪避输入：&lt;/p&gt;&lt;pre&gt;&lt;code class=&quot;language-csharp&quot;&gt;public void OnDodgePressed()&#xa;{&#xa;    _arbiter.Submit(&#xa;        new ActionRequest(&#xa;            _dodge,&#xa;            ActionRequestType.Dodge,&#xa;            priority: 60,&#xa;            bufferDuration: 0.2f),&#xa;        Time.time);&#xa;}&#xa;&lt;/code&gt;&lt;/pre&gt;&lt;p&gt;受击：&lt;/p&gt;&lt;pre&gt;&lt;code class=&quot;language-csharp&quot;&gt;public void OnHurt()&#xa;{&#xa;    _arbiter.Submit(&#xa;        new ActionRequest(&#xa;            _hurtAction,&#xa;            ActionRequestType.Hurt,&#xa;            priority: 80),&#xa;        Time.time);&#xa;}&#xa;&lt;/code&gt;&lt;/pre&gt;&lt;p&gt;死亡：&lt;/p&gt;&lt;pre&gt;&lt;code class=&quot;language-csharp&quot;&gt;public void OnDeath()&#xa;{&#xa;    _arbiter.Submit(&#xa;        new ActionRequest(&#xa;            _deathAction,&#xa;            ActionRequestType.Death,&#xa;            priority: 1000),&#xa;        Time.time);&#xa;}&#xa;&lt;/code&gt;&lt;/pre&gt;&lt;hr&gt;&lt;h1&gt;11. 每帧执行顺序&lt;/h1&gt;&lt;pre&gt;&lt;code class=&quot;language-csharp&quot;&gt;private void Update()&#xa;{&#xa;    float deltaTime = Time.deltaTime;&#xa;&#xa;    // 1. 采集输入，提交 Request。&#xa;    CollectInputRequests();&#xa;&#xa;    // 2. 仲裁本帧请求。&#xa;    _arbiter.Resolve(Time.time);&#xa;&#xa;    // 3. 更新状态和动作。&#xa;    _locomotion.Tick(deltaTime);&#xa;    _upperBodySlot.Tick(_context, deltaTime);&#xa;    _fullBodySlot.Tick(_context, deltaTime);&#xa;&#xa;    // 4. 最终运动处理。&#xa;    _motionDriver.Tick(deltaTime);&#xa;&#xa;    // 5. 连续动画参数。&#xa;    _animationController.Tick(deltaTime);&#xa;}&#xa;&lt;/code&gt;&lt;/pre&gt;&lt;hr&gt;&lt;h1&gt;12. 同一帧多个 Request&lt;/h1&gt;&lt;p&gt;假设同一帧提交：&lt;/p&gt;&lt;pre&gt;&lt;code class=&quot;language-text&quot;&gt;Attack：40&#xa;Dodge：60&#xa;Hurt：80&#xa;Death：1000&#xa;&lt;/code&gt;&lt;/pre&gt;&lt;p&gt;排序后：&lt;/p&gt;&lt;pre&gt;&lt;code class=&quot;language-text&quot;&gt;Death&#xa;Hurt&#xa;Dodge&#xa;Attack&#xa;&lt;/code&gt;&lt;/pre&gt;&lt;p&gt;仲裁器从高到低尝试。&lt;/p&gt;&lt;p&gt;如果死亡能进入：&lt;/p&gt;&lt;pre&gt;&lt;code class=&quot;language-text&quot;&gt;直接执行 Death&#xa;&lt;/code&gt;&lt;/pre&gt;&lt;p&gt;如果死亡不能进入，则继续检查 Hurt。&lt;/p&gt;&lt;p&gt;不过死亡这种请求一般应该始终能进入。&lt;/p&gt;&lt;hr&gt;&lt;h1&gt;13. 被拒绝的请求怎么处理&lt;/h1&gt;&lt;p&gt;例如当前剑攻击处于 &lt;code&gt;Active&lt;/code&gt;：&lt;/p&gt;&lt;pre&gt;&lt;code class=&quot;language-text&quot;&gt;Dodge Request&#xa;BufferDuration = 0.2 秒&#xa;&lt;/code&gt;&lt;/pre&gt;&lt;p&gt;此时：&lt;/p&gt;&lt;pre&gt;&lt;code class=&quot;language-csharp&quot;&gt;SwordAttack.CanBeInterruptedBy(Dodge)&#xa;&lt;/code&gt;&lt;/pre&gt;&lt;p&gt;返回 &lt;code&gt;false&lt;/code&gt;。&lt;/p&gt;&lt;p&gt;请求不会马上删除，因为它有缓冲时间。&lt;/p&gt;&lt;p&gt;下一帧攻击进入 &lt;code&gt;Recovery&lt;/code&gt;：&lt;/p&gt;&lt;pre&gt;&lt;code class=&quot;language-text&quot;&gt;Dodge Request 仍然存在&#xa;    ↓&#xa;重新仲裁&#xa;    ↓&#xa;允许&#xa;    ↓&#xa;Attack.Exit(Interrupted)&#xa;    ↓&#xa;Dodge.Enter()&#xa;&lt;/code&gt;&lt;/pre&gt;&lt;p&gt;这就是输入缓冲。&lt;/p&gt;&lt;hr&gt;&lt;h1&gt;14. 第一版建议限制&lt;/h1&gt;&lt;p&gt;你现在可以先规定：&lt;/p&gt;&lt;pre&gt;&lt;code class=&quot;language-text&quot;&gt;每帧只成功执行一个 Request&#xa;&lt;/code&gt;&lt;/pre&gt;&lt;p&gt;这样最容易保证：&lt;/p&gt;&lt;ul&gt;&lt;li&gt;&lt;p&gt;状态切换顺序稳定；&lt;/p&gt;&lt;/li&gt;&lt;li&gt;&lt;p&gt;不会同一帧连续切换多次；&lt;/p&gt;&lt;/li&gt;&lt;li&gt;&lt;p&gt;不会出现 Attack → Dodge → Hurt 三次 Enter/Exit；&lt;/p&gt;&lt;/li&gt;&lt;li&gt;&lt;p&gt;动画和约束不会反复抖动。&lt;/p&gt;&lt;/li&gt;&lt;/ul&gt;&lt;p&gt;以后确实需要同时处理不同通道时，再扩展为：&lt;/p&gt;&lt;pre&gt;&lt;code class=&quot;language-text&quot;&gt;每个 Channel 每帧最多执行一个 Request&#xa;&lt;/code&gt;&lt;/pre&gt;&lt;p&gt;例如同一帧：&lt;/p&gt;&lt;pre&gt;&lt;code class=&quot;language-text&quot;&gt;UpperBody = Fire&#xa;FullBody = Empty&#xa;&lt;/code&gt;&lt;/pre&gt;&lt;p&gt;理论上可以同时执行两个不同通道请求，但第一版没有必要急着做。&lt;/p&gt;" link="&lt;p&gt;可以。那仲裁器就按：&lt;/p&gt;&lt;blockquote&gt;&lt;p&gt;&lt;strong&gt;本帧收集 Request → 排序 → 检查 → 执行最高优先级可用请求&lt;/strong&gt;&lt;/p&gt;&lt;/blockquote&gt;&lt;p&gt;来设计。&lt;/p&gt;&lt;p&gt;下面写一个简化但结构完整的版本。&lt;/p&gt;&lt;h2&gt;1. Action 通道&lt;/h2&gt;&lt;pre&gt;&lt;code class=&quot;language-csharp&quot;&gt;public enum ActionChannel&#xa;{&#xa;    UpperBody,&#xa;    FullBody&#xa;}&#xa;&lt;/code&gt;&lt;/pre&gt;&lt;hr&gt;&lt;h2&gt;2. 打断请求类型&lt;/h2&gt;&lt;p&gt;用于描述请求的语义，不必依赖具体 Action 类型。&lt;/p&gt;&lt;pre&gt;&lt;code class=&quot;language-csharp&quot;&gt;public enum ActionRequestType&#xa;{&#xa;    Fire,&#xa;    Reload,&#xa;    Attack,&#xa;    Dodge,&#xa;    Skill,&#xa;    Hurt,&#xa;    Death&#xa;}&#xa;&lt;/code&gt;&lt;/pre&gt;&lt;hr&gt;&lt;h2&gt;3. Action 接口&lt;/h2&gt;&lt;pre&gt;&lt;code class=&quot;language-csharp&quot;&gt;public interface ICharacterAction&#xa;{&#xa;    ActionChannel Channel { get; }&#xa;&#xa;    bool CanEnter(CharacterContext context);&#xa;&#xa;    bool CanBeInterruptedBy(&#xa;        CharacterContext context,&#xa;        in ActionRequest request);&#xa;&#xa;    void Enter(CharacterContext context);&#xa;&#xa;    void Tick(CharacterContext context, float deltaTime);&#xa;&#xa;    void Exit(&#xa;        CharacterContext context,&#xa;        ActionExitReason reason);&#xa;}&#xa;&lt;/code&gt;&lt;/pre&gt;&lt;p&gt;退出原因：&lt;/p&gt;&lt;pre&gt;&lt;code class=&quot;language-csharp&quot;&gt;public enum ActionExitReason&#xa;{&#xa;    Completed,&#xa;    Interrupted,&#xa;    Cancelled,&#xa;    Death&#xa;}&#xa;&lt;/code&gt;&lt;/pre&gt;&lt;hr&gt;&lt;h2&gt;4. ActionRequest&lt;/h2&gt;&lt;p&gt;Request 表示：&lt;/p&gt;&lt;blockquote&gt;&lt;p&gt;某个系统希望角色执行某个 Action。&lt;/p&gt;&lt;/blockquote&gt;&lt;pre&gt;&lt;code class=&quot;language-csharp&quot;&gt;public readonly struct ActionRequest&#xa;{&#xa;    public ICharacterAction Action { get; }&#xa;&#xa;    public ActionRequestType Type { get; }&#xa;&#xa;    public int Priority { get; }&#xa;&#xa;    public float BufferDuration { get; }&#xa;&#xa;    public ActionRequest(&#xa;        ICharacterAction action,&#xa;        ActionRequestType type,&#xa;        int priority,&#xa;        float bufferDuration = 0f)&#xa;    {&#xa;        Action = action;&#xa;        Type = type;&#xa;        Priority = priority;&#xa;        BufferDuration = bufferDuration;&#xa;    }&#xa;}&#xa;&lt;/code&gt;&lt;/pre&gt;&lt;p&gt;例如：&lt;/p&gt;&lt;pre&gt;&lt;code class=&quot;language-text&quot;&gt;Fire   Priority = 20&#xa;Attack Priority = 40&#xa;Dodge  Priority = 60&#xa;Hurt   Priority = 80&#xa;Death  Priority = 1000&#xa;&lt;/code&gt;&lt;/pre&gt;&lt;hr&gt;&lt;h2&gt;5. ActionSlot&lt;/h2&gt;&lt;p&gt;Slot 只负责保存当前 Action 和执行生命周期。&lt;/p&gt;&lt;p&gt;它不负责从多个请求中选择。&lt;/p&gt;&lt;pre&gt;&lt;code class=&quot;language-csharp&quot;&gt;public sealed class ActionSlot&#xa;{&#xa;    public ICharacterAction Current { get; private set; }&#xa;&#xa;    public bool IsEmpty =&amp;gt; Current == null;&#xa;&#xa;    public void Change(&#xa;        ICharacterAction next,&#xa;        CharacterContext context)&#xa;    {&#xa;        Current?.Exit(&#xa;            context,&#xa;            ActionExitReason.Interrupted);&#xa;&#xa;        Current = next;&#xa;        Current.Enter(context);&#xa;    }&#xa;&#xa;    public void Complete(&#xa;        ICharacterAction action,&#xa;        CharacterContext context)&#xa;    {&#xa;        if (!ReferenceEquals(Current, action))&#xa;            return;&#xa;&#xa;        Current = null;&#xa;&#xa;        action.Exit(&#xa;            context,&#xa;            ActionExitReason.Completed);&#xa;    }&#xa;&#xa;    public void ForceClear(&#xa;        CharacterContext context,&#xa;        ActionExitReason reason)&#xa;    {&#xa;        if (Current == null)&#xa;            return;&#xa;&#xa;        ICharacterAction old = Current;&#xa;        Current = null;&#xa;&#xa;        old.Exit(context, reason);&#xa;    }&#xa;&#xa;    public void Tick(&#xa;        CharacterContext context,&#xa;        float deltaTime)&#xa;    {&#xa;        Current?.Tick(context, deltaTime);&#xa;    }&#xa;}&#xa;&lt;/code&gt;&lt;/pre&gt;&lt;hr&gt;&lt;h1&gt;6. PendingRequest&lt;/h1&gt;&lt;p&gt;仲裁器除了保存 Request，还要保存：&lt;/p&gt;&lt;ul&gt;&lt;li&gt;&lt;p&gt;提交时间；&lt;/p&gt;&lt;/li&gt;&lt;li&gt;&lt;p&gt;提交顺序；&lt;/p&gt;&lt;/li&gt;&lt;li&gt;&lt;p&gt;缓冲过期时间。&lt;/p&gt;&lt;/li&gt;&lt;/ul&gt;&lt;pre&gt;&lt;code class=&quot;language-csharp&quot;&gt;internal readonly struct PendingActionRequest&#xa;{&#xa;    public ActionRequest Request { get; }&#xa;&#xa;    public float SubmitTime { get; }&#xa;&#xa;    public long Sequence { get; }&#xa;&#xa;    public PendingActionRequest(&#xa;        in ActionRequest request,&#xa;        float submitTime,&#xa;        long sequence)&#xa;    {&#xa;        Request = request;&#xa;        SubmitTime = submitTime;&#xa;        Sequence = sequence;&#xa;    }&#xa;&#xa;    public bool IsExpired(float currentTime)&#xa;    {&#xa;        if (Request.BufferDuration &amp;lt;= 0f)&#xa;            return false;&#xa;&#xa;        return currentTime &amp;gt;&#xa;               SubmitTime +&#xa;               Request.BufferDuration;&#xa;    }&#xa;}&#xa;&lt;/code&gt;&lt;/pre&gt;&lt;hr&gt;&lt;h1&gt;7. ActionArbiter&lt;/h1&gt;&lt;pre&gt;&lt;code class=&quot;language-csharp&quot;&gt;using System;&#xa;using System.Collections.Generic;&#xa;&#xa;public sealed class ActionArbiter&#xa;{&#xa;    private readonly CharacterContext _context;&#xa;&#xa;    private readonly ActionSlot _upperBody;&#xa;    private readonly ActionSlot _fullBody;&#xa;&#xa;    private readonly List&amp;lt;PendingActionRequest&amp;gt; _requests = new();&#xa;&#xa;    private long _sequence;&#xa;&#xa;    public ActionArbiter(&#xa;        CharacterContext context,&#xa;        ActionSlot upperBody,&#xa;        ActionSlot fullBody)&#xa;    {&#xa;        _context = context ??&#xa;                   throw new ArgumentNullException(nameof(context));&#xa;&#xa;        _upperBody = upperBody ??&#xa;                     throw new ArgumentNullException(nameof(upperBody));&#xa;&#xa;        _fullBody = fullBody ??&#xa;                    throw new ArgumentNullException(nameof(fullBody));&#xa;    }&#xa;&#xa;    public void Submit(&#xa;        in ActionRequest request,&#xa;        float currentTime)&#xa;    {&#xa;        if (request.Action == null)&#xa;            return;&#xa;&#xa;        _requests.Add(&#xa;            new PendingActionRequest(&#xa;                request,&#xa;                currentTime,&#xa;                _sequence++));&#xa;    }&#xa;&#xa;    public bool Resolve(float currentTime)&#xa;    {&#xa;        RemoveExpiredRequests(currentTime);&#xa;&#xa;        if (_requests.Count == 0)&#xa;            return false;&#xa;&#xa;        _requests.Sort(CompareRequest);&#xa;&#xa;        for (int i = 0; i &amp;lt; _requests.Count; i++)&#xa;        {&#xa;            PendingActionRequest pending = _requests[i];&#xa;&#xa;            if (!CanExecute(pending.Request))&#xa;                continue;&#xa;&#xa;            Execute(pending.Request);&#xa;&#xa;            _requests.RemoveAt(i);&#xa;&#xa;            // 第一版每帧只执行一个请求。&#xa;            RemoveUnbufferedRequests();&#xa;&#xa;            return true;&#xa;        }&#xa;&#xa;        // 当前帧没有请求成功。&#xa;        // 没有缓冲时间的请求直接丢弃。&#xa;        RemoveUnbufferedRequests();&#xa;&#xa;        return false;&#xa;    }&#xa;&#xa;    private bool CanExecute(in ActionRequest request)&#xa;    {&#xa;        ICharacterAction target = request.Action;&#xa;&#xa;        // 1. 目标 Action 自己判断能否进入。&#xa;        if (!target.CanEnter(_context))&#xa;            return false;&#xa;&#xa;        ActionSlot slot = GetSlot(target.Channel);&#xa;&#xa;        ICharacterAction current = slot.Current;&#xa;&#xa;        // 当前为空，可以直接进入。&#xa;        if (current == null)&#xa;            return true;&#xa;&#xa;        // 避免重复进入同一个实例。&#xa;        if (ReferenceEquals(current, target))&#xa;            return false;&#xa;&#xa;        // 2. 当前 Action 判断是否允许被请求打断。&#xa;        return current.CanBeInterruptedBy(&#xa;            _context,&#xa;            request);&#xa;    }&#xa;&#xa;    private void Execute(in ActionRequest request)&#xa;    {&#xa;        ActionSlot slot =&#xa;            GetSlot(request.Action.Channel);&#xa;&#xa;        slot.Change(&#xa;            request.Action,&#xa;            _context);&#xa;    }&#xa;&#xa;    private ActionSlot GetSlot(ActionChannel channel)&#xa;    {&#xa;        return channel switch&#xa;        {&#xa;            ActionChannel.UpperBody =&amp;gt; _upperBody,&#xa;            ActionChannel.FullBody =&amp;gt; _fullBody,&#xa;&#xa;            _ =&amp;gt; throw new ArgumentOutOfRangeException(&#xa;                nameof(channel),&#xa;                channel,&#xa;                null)&#xa;        };&#xa;    }&#xa;&#xa;    private void RemoveExpiredRequests(float currentTime)&#xa;    {&#xa;        for (int i = _requests.Count - 1; i &amp;gt;= 0; i--)&#xa;        {&#xa;            if (_requests[i].IsExpired(currentTime))&#xa;                _requests.RemoveAt(i);&#xa;        }&#xa;    }&#xa;&#xa;    private void RemoveUnbufferedRequests()&#xa;    {&#xa;        for (int i = _requests.Count - 1; i &amp;gt;= 0; i--)&#xa;        {&#xa;            if (_requests[i].Request.BufferDuration &amp;lt;= 0f)&#xa;                _requests.RemoveAt(i);&#xa;        }&#xa;    }&#xa;&#xa;    private static int CompareRequest(&#xa;        PendingActionRequest left,&#xa;        PendingActionRequest right)&#xa;    {&#xa;        // 优先级越高，越先处理。&#xa;        int priorityResult =&#xa;            right.Request.Priority.CompareTo(&#xa;                left.Request.Priority);&#xa;&#xa;        if (priorityResult != 0)&#xa;            return priorityResult;&#xa;&#xa;        // 同优先级时，先提交的先处理。&#xa;        return left.Sequence.CompareTo(right.Sequence);&#xa;    }&#xa;}&#xa;&lt;/code&gt;&lt;/pre&gt;&lt;hr&gt;&lt;h1&gt;8. 剑攻击 Action&lt;/h1&gt;&lt;pre&gt;&lt;code class=&quot;language-csharp&quot;&gt;public enum AttackPhase&#xa;{&#xa;    Startup,&#xa;    Active,&#xa;    Recovery&#xa;}&#xa;&lt;/code&gt;&lt;/pre&gt;&lt;pre&gt;&lt;code class=&quot;language-csharp&quot;&gt;public sealed class SwordAttackAction : ICharacterAction&#xa;{&#xa;    public ActionChannel Channel =&amp;gt;&#xa;        ActionChannel.FullBody;&#xa;&#xa;    public AttackPhase Phase { get; private set; }&#xa;&#xa;    public bool CanEnter(CharacterContext context)&#xa;    {&#xa;        return context.IsAlive &amp;amp;&amp;amp;&#xa;               context.IsGrounded &amp;amp;&amp;amp;&#xa;               context.Stamina &amp;gt;= 20;&#xa;    }&#xa;&#xa;    public bool CanBeInterruptedBy(&#xa;        CharacterContext context,&#xa;        in ActionRequest request)&#xa;    {&#xa;        if (request.Type == ActionRequestType.Death)&#xa;            return true;&#xa;&#xa;        if (request.Type == ActionRequestType.Hurt)&#xa;            return !context.HasSuperArmor;&#xa;&#xa;        if (request.Type == ActionRequestType.Dodge)&#xa;        {&#xa;            return Phase is AttackPhase.Startup&#xa;                or AttackPhase.Recovery;&#xa;        }&#xa;&#xa;        return false;&#xa;    }&#xa;&#xa;    public void Enter(CharacterContext context)&#xa;    {&#xa;        Phase = AttackPhase.Startup;&#xa;&#xa;        context.Stamina -= 20;&#xa;&#xa;        context.Animation.PlaySwordAttack(&#xa;            onActiveBegin: () =&amp;gt;&#xa;            {&#xa;                Phase = AttackPhase.Active;&#xa;                context.Combat.EnableSwordHitbox();&#xa;            },&#xa;            onRecoveryBegin: () =&amp;gt;&#xa;            {&#xa;                Phase = AttackPhase.Recovery;&#xa;                context.Combat.DisableSwordHitbox();&#xa;            },&#xa;            onEnd: () =&amp;gt;&#xa;            {&#xa;                context.FullBodySlot.Complete(&#xa;                    this,&#xa;                    context);&#xa;            });&#xa;    }&#xa;&#xa;    public void Tick(&#xa;        CharacterContext context,&#xa;        float deltaTime)&#xa;    {&#xa;    }&#xa;&#xa;    public void Exit(&#xa;        CharacterContext context,&#xa;        ActionExitReason reason)&#xa;    {&#xa;        context.Combat.DisableSwordHitbox();&#xa;        context.Animation.StopFullBodyAction(this);&#xa;    }&#xa;}&#xa;&lt;/code&gt;&lt;/pre&gt;&lt;hr&gt;&lt;h1&gt;9. Dodge Action&lt;/h1&gt;&lt;pre&gt;&lt;code class=&quot;language-csharp&quot;&gt;public sealed class DodgeAction : ICharacterAction&#xa;{&#xa;    public ActionChannel Channel =&amp;gt;&#xa;        ActionChannel.FullBody;&#xa;&#xa;    public bool CanEnter(CharacterContext context)&#xa;    {&#xa;        return context.IsAlive &amp;amp;&amp;amp;&#xa;               context.IsGrounded &amp;amp;&amp;amp;&#xa;               context.Stamina &amp;gt;= 15;&#xa;    }&#xa;&#xa;    public bool CanBeInterruptedBy(&#xa;        CharacterContext context,&#xa;        in ActionRequest request)&#xa;    {&#xa;        // 闪避过程中通常只允许死亡强制打断。&#xa;        return request.Type ==&#xa;               ActionRequestType.Death;&#xa;    }&#xa;&#xa;    public void Enter(CharacterContext context)&#xa;    {&#xa;        context.Stamina -= 15;&#xa;&#xa;        context.Invincible = true;&#xa;&#xa;        context.Animation.PlayDodge(&#xa;            onEnd: () =&amp;gt;&#xa;            {&#xa;                context.FullBodySlot.Complete(&#xa;                    this,&#xa;                    context);&#xa;            });&#xa;    }&#xa;&#xa;    public void Tick(&#xa;        CharacterContext context,&#xa;        float deltaTime)&#xa;    {&#xa;    }&#xa;&#xa;    public void Exit(&#xa;        CharacterContext context,&#xa;        ActionExitReason reason)&#xa;    {&#xa;        context.Invincible = false;&#xa;        context.Animation.StopFullBodyAction(this);&#xa;    }&#xa;}&#xa;&lt;/code&gt;&lt;/pre&gt;&lt;hr&gt;&lt;h1&gt;10. 提交请求&lt;/h1&gt;&lt;p&gt;攻击输入：&lt;/p&gt;&lt;pre&gt;&lt;code class=&quot;language-csharp&quot;&gt;public void OnAttackPressed()&#xa;{&#xa;    _arbiter.Submit(&#xa;        new ActionRequest(&#xa;            _swordAttack,&#xa;            ActionRequestType.Attack,&#xa;            priority: 40,&#xa;            bufferDuration: 0.15f),&#xa;        Time.time);&#xa;}&#xa;&lt;/code&gt;&lt;/pre&gt;&lt;p&gt;闪避输入：&lt;/p&gt;&lt;pre&gt;&lt;code class=&quot;language-csharp&quot;&gt;public void OnDodgePressed()&#xa;{&#xa;    _arbiter.Submit(&#xa;        new ActionRequest(&#xa;            _dodge,&#xa;            ActionRequestType.Dodge,&#xa;            priority: 60,&#xa;            bufferDuration: 0.2f),&#xa;        Time.time);&#xa;}&#xa;&lt;/code&gt;&lt;/pre&gt;&lt;p&gt;受击：&lt;/p&gt;&lt;pre&gt;&lt;code class=&quot;language-csharp&quot;&gt;public void OnHurt()&#xa;{&#xa;    _arbiter.Submit(&#xa;        new ActionRequest(&#xa;            _hurtAction,&#xa;            ActionRequestType.Hurt,&#xa;            priority: 80),&#xa;        Time.time);&#xa;}&#xa;&lt;/code&gt;&lt;/pre&gt;&lt;p&gt;死亡：&lt;/p&gt;&lt;pre&gt;&lt;code class=&quot;language-csharp&quot;&gt;public void OnDeath()&#xa;{&#xa;    _arbiter.Submit(&#xa;        new ActionRequest(&#xa;            _deathAction,&#xa;            ActionRequestType.Death,&#xa;            priority: 1000),&#xa;        Time.time);&#xa;}&#xa;&lt;/code&gt;&lt;/pre&gt;&lt;hr&gt;&lt;h1&gt;11. 每帧执行顺序&lt;/h1&gt;&lt;pre&gt;&lt;code class=&quot;language-csharp&quot;&gt;private void Update()&#xa;{&#xa;    float deltaTime = Time.deltaTime;&#xa;&#xa;    // 1. 采集输入，提交 Request。&#xa;    CollectInputRequests();&#xa;&#xa;    // 2. 仲裁本帧请求。&#xa;    _arbiter.Resolve(Time.time);&#xa;&#xa;    // 3. 更新状态和动作。&#xa;    _locomotion.Tick(deltaTime);&#xa;    _upperBodySlot.Tick(_context, deltaTime);&#xa;    _fullBodySlot.Tick(_context, deltaTime);&#xa;&#xa;    // 4. 最终运动处理。&#xa;    _motionDriver.Tick(deltaTime);&#xa;&#xa;    // 5. 连续动画参数。&#xa;    _animationController.Tick(deltaTime);&#xa;}&#xa;&lt;/code&gt;&lt;/pre&gt;&lt;hr&gt;&lt;h1&gt;12. 同一帧多个 Request&lt;/h1&gt;&lt;p&gt;假设同一帧提交：&lt;/p&gt;&lt;pre&gt;&lt;code class=&quot;language-text&quot;&gt;Attack：40&#xa;Dodge：60&#xa;Hurt：80&#xa;Death：1000&#xa;&lt;/code&gt;&lt;/pre&gt;&lt;p&gt;排序后：&lt;/p&gt;&lt;pre&gt;&lt;code class=&quot;language-text&quot;&gt;Death&#xa;Hurt&#xa;Dodge&#xa;Attack&#xa;&lt;/code&gt;&lt;/pre&gt;&lt;p&gt;仲裁器从高到低尝试。&lt;/p&gt;&lt;p&gt;如果死亡能进入：&lt;/p&gt;&lt;pre&gt;&lt;code class=&quot;language-text&quot;&gt;直接执行 Death&#xa;&lt;/code&gt;&lt;/pre&gt;&lt;p&gt;如果死亡不能进入，则继续检查 Hurt。&lt;/p&gt;&lt;p&gt;不过死亡这种请求一般应该始终能进入。&lt;/p&gt;&lt;hr&gt;&lt;h1&gt;13. 被拒绝的请求怎么处理&lt;/h1&gt;&lt;p&gt;例如当前剑攻击处于 &lt;code&gt;Active&lt;/code&gt;：&lt;/p&gt;&lt;pre&gt;&lt;code class=&quot;language-text&quot;&gt;Dodge Request&#xa;BufferDuration = 0.2 秒&#xa;&lt;/code&gt;&lt;/pre&gt;&lt;p&gt;此时：&lt;/p&gt;&lt;pre&gt;&lt;code class=&quot;language-csharp&quot;&gt;SwordAttack.CanBeInterruptedBy(Dodge)&#xa;&lt;/code&gt;&lt;/pre&gt;&lt;p&gt;返回 &lt;code&gt;false&lt;/code&gt;。&lt;/p&gt;&lt;p&gt;请求不会马上删除，因为它有缓冲时间。&lt;/p&gt;&lt;p&gt;下一帧攻击进入 &lt;code&gt;Recovery&lt;/code&gt;：&lt;/p&gt;&lt;pre&gt;&lt;code class=&quot;language-text&quot;&gt;Dodge Request 仍然存在&#xa;    ↓&#xa;重新仲裁&#xa;    ↓&#xa;允许&#xa;    ↓&#xa;Attack.Exit(Interrupted)&#xa;    ↓&#xa;Dodge.Enter()&#xa;&lt;/code&gt;&lt;/pre&gt;&lt;p&gt;这就是输入缓冲。&lt;/p&gt;&lt;hr&gt;&lt;h1&gt;14. 第一版建议限制&lt;/h1&gt;&lt;p&gt;你现在可以先规定：&lt;/p&gt;&lt;pre&gt;&lt;code class=&quot;language-text&quot;&gt;每帧只成功执行一个 Request&#xa;&lt;/code&gt;&lt;/pre&gt;&lt;p&gt;这样最容易保证：&lt;/p&gt;&lt;ul&gt;&lt;li&gt;&lt;p&gt;状态切换顺序稳定；&lt;/p&gt;&lt;/li&gt;&lt;li&gt;&lt;p&gt;不会同一帧连续切换多次；&lt;/p&gt;&lt;/li&gt;&lt;li&gt;&lt;p&gt;不会出现 Attack → Dodge → Hurt 三次 Enter/Exit；&lt;/p&gt;&lt;/li&gt;&lt;li&gt;&lt;p&gt;动画和约束不会反复抖动。&lt;/p&gt;&lt;/li&gt;&lt;/ul&gt;&lt;p&gt;以后确实需要同时处理不同通道时，再扩展为：&lt;/p&gt;&lt;pre&gt;&lt;code class=&quot;language-text&quot;&gt;每个 Channel 每帧最多执行一个 Request&#xa;&lt;/code&gt;&lt;/pre&gt;&lt;p&gt;例如同一帧：&lt;/p&gt;&lt;pre&gt;&lt;code class=&quot;language-text&quot;&gt;UpperBody = Fire&#xa;FullBody = Empty&#xa;&lt;/code&gt;&lt;/pre&gt;&lt;p&gt;理论上可以同时执行两个不同通道请求，但第一版没有必要急着做。&lt;/p&gt;" id="P79LNxg_lGs8P4HROXfw-105">
          <mxCell parent="1" style="text;whiteSpace=wrap;html=1;fontFamily=Helvetica;fontSize=12;fontColor=default;" vertex="1">
            <mxGeometry height="9690" width="489" x="1328.0030766296386" y="21.995347055288562" as="geometry" />
          </mxCell>
        </UserObject>
+         <mxCell id="P79LNxg_lGs8P4HROXfw-110" connectable="0" parent="1" style="group" value="" vertex="1">
+           <mxGeometry height="280" width="370" x="-330" y="630" as="geometry" />
+         </mxCell>
+         <mxCell id="P79LNxg_lGs8P4HROXfw-83" parent="P79LNxg_lGs8P4HROXfw-110" style="whiteSpace=wrap;html=1;rounded=0;" value="&lt;font style=&quot;font-size: 20px;&quot;&gt;黑板：&lt;br&gt;1. 基本移动数据：移动方向等等&lt;/font&gt;&lt;div&gt;&lt;font style=&quot;font-size: 20px;&quot;&gt;2. Player 各类数据&lt;/font&gt;&lt;/div&gt;" vertex="1">
+           <mxGeometry height="280" width="370" as="geometry" />
+         </mxCell>
+         <mxCell id="P79LNxg_lGs8P4HROXfw-109" parent="P79LNxg_lGs8P4HROXfw-110" style="whiteSpace=wrap;html=1;rounded=0;align=left;verticalAlign=top;" value="MovementConstriait：用于限制 Motion 驱动的数据" vertex="1">
+           <mxGeometry height="70" width="340" x="20" y="200" as="geometry" />
+         </mxCell>
      </root>
    </mxGraphModel>
  </diagram>
</mxfile>
